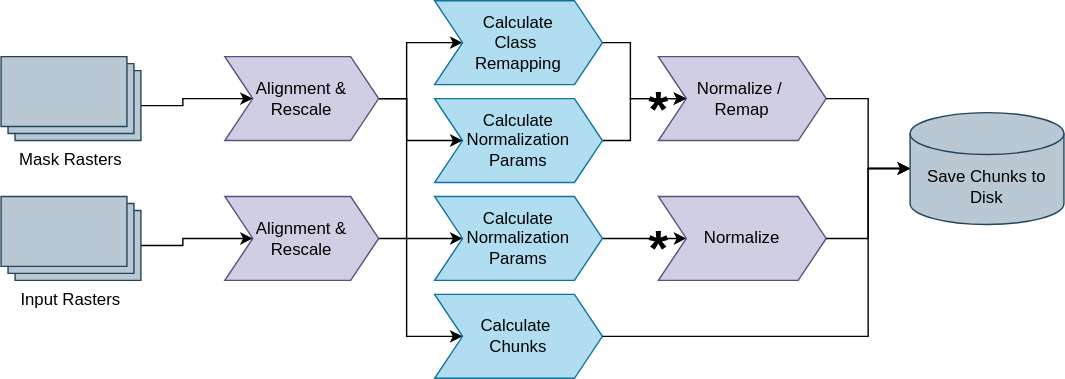
Before: docs/source/_static/preprocessing-chart.svg, a diagram exported from draw.io (0graph/QLearn). Source tidied: cells renumbered, new cells last; positions are measured from the earlier drawing's top-left corner, leaving out a move shared by most shapes. Source of this version:
```xml
<mxGraphModel>
  <root>
    <mxCell id="0" />
    <mxCell id="1" parent="0" />
    <mxCell id="2" style="edgeStyle=orthogonalEdgeStyle;rounded=0;jettySize=auto;html=1;exitX=0;exitY=0;exitDx=100;exitDy=35;exitPerimeter=0;entryX=0;entryY=0.5;entryDx=0;entryDy=0;" parent="1" edge="1" source="3" target="9">
      <mxGeometry relative="1" as="geometry" />
    </mxCell>
    <mxCell id="3" value="Mask Rasters" style="verticalLabelPosition=bottom;verticalAlign=top;html=1;shape=mxgraph.basic.layered_rect;dx=10;outlineConnect=0;whiteSpace=wrap;fillColor=#bac8d3;strokeColor=#23445d;" parent="1" vertex="1">
      <mxGeometry y="40" width="100" height="60" as="geometry" />
    </mxCell>
    <mxCell id="4" style="edgeStyle=orthogonalEdgeStyle;rounded=0;jettySize=auto;html=1;exitX=0;exitY=0;exitDx=100;exitDy=35;exitPerimeter=0;entryX=0;entryY=0.5;entryDx=0;entryDy=0;" parent="1" edge="1" source="5" target="11">
      <mxGeometry relative="1" as="geometry" />
    </mxCell>
    <mxCell id="5" value="Input Rasters" style="verticalLabelPosition=bottom;verticalAlign=top;html=1;shape=mxgraph.basic.layered_rect;dx=10;outlineConnect=0;whiteSpace=wrap;fillColor=#bac8d3;strokeColor=#23445d;" parent="1" vertex="1">
      <mxGeometry y="140" width="100" height="60" as="geometry" />
    </mxCell>
    <mxCell id="6" style="edgeStyle=orthogonalEdgeStyle;rounded=0;jettySize=auto;html=1;exitX=1;exitY=0.5;exitDx=0;exitDy=0;entryX=0;entryY=0.5;entryDx=0;entryDy=0;" parent="1" edge="1" source="9" target="13">
      <mxGeometry relative="1" as="geometry" />
    </mxCell>
    <mxCell id="7" style="edgeStyle=orthogonalEdgeStyle;rounded=0;jettySize=auto;html=1;exitX=1;exitY=0.5;exitDx=0;exitDy=0;entryX=0;entryY=0.5;entryDx=0;entryDy=0;" parent="1" edge="1" source="9" target="18">
      <mxGeometry relative="1" as="geometry" />
    </mxCell>
    <mxCell id="8" style="edgeStyle=orthogonalEdgeStyle;rounded=0;jettySize=auto;html=1;exitX=1;exitY=0.5;exitDx=0;exitDy=0;entryX=0;entryY=0.5;entryDx=0;entryDy=0;" parent="1" edge="1" source="9" target="14">
      <mxGeometry relative="1" as="geometry">
        <Array as="points">
          <mxPoint x="290" y="70" />
          <mxPoint x="290" y="240" />
        </Array>
      </mxGeometry>
    </mxCell>
    <mxCell id="9" value="Alignment &amp;amp; Rescale" style="shape=step;perimeter=stepPerimeter;whiteSpace=wrap;html=1;fixedSize=1;fillColor=#d0cee2;strokeColor=#56517e;" parent="1" vertex="1">
      <mxGeometry x="160" y="40" width="110" height="60" as="geometry" />
    </mxCell>
    <mxCell id="10" style="edgeStyle=orthogonalEdgeStyle;rounded=0;jettySize=auto;html=1;exitX=1;exitY=0.5;exitDx=0;exitDy=0;entryX=0;entryY=0.5;entryDx=0;entryDy=0;" parent="1" edge="1" source="11" target="16">
      <mxGeometry relative="1" as="geometry" />
    </mxCell>
    <mxCell id="11" value="Alignment &amp;amp; Rescale" style="shape=step;perimeter=stepPerimeter;whiteSpace=wrap;html=1;fixedSize=1;fillColor=#d0cee2;strokeColor=#56517e;" parent="1" vertex="1">
      <mxGeometry x="160" y="140" width="110" height="60" as="geometry" />
    </mxCell>
    <mxCell id="12" style="edgeStyle=orthogonalEdgeStyle;rounded=0;jettySize=auto;html=1;exitX=1;exitY=0.5;exitDx=0;exitDy=0;" parent="1" edge="1" source="13" target="19">
      <mxGeometry relative="1" as="geometry" />
    </mxCell>
    <mxCell id="13" value="Calculate&lt;div&gt;Class&amp;nbsp;&lt;div&gt;Remapping&lt;/div&gt;&lt;/div&gt;" style="shape=step;perimeter=stepPerimeter;whiteSpace=wrap;html=1;fixedSize=1;fillColor=#b1ddf0;strokeColor=#10739e;" parent="1" vertex="1">
      <mxGeometry x="310" width="120" height="60" as="geometry" />
    </mxCell>
    <mxCell id="14" value="Calculate&amp;nbsp;&lt;div&gt;Chunks&lt;/div&gt;" style="shape=step;perimeter=stepPerimeter;whiteSpace=wrap;html=1;fixedSize=1;fillColor=#b1ddf0;strokeColor=#10739e;" parent="1" vertex="1">
      <mxGeometry x="310" y="210" width="120" height="60" as="geometry" />
    </mxCell>
    <mxCell id="15" style="edgeStyle=orthogonalEdgeStyle;rounded=0;jettySize=auto;html=1;exitX=1;exitY=0.5;exitDx=0;exitDy=0;" parent="1" edge="1" source="16" target="20">
      <mxGeometry relative="1" as="geometry" />
    </mxCell>
    <mxCell id="16" value="Calculate Normalization Params" style="shape=step;perimeter=stepPerimeter;whiteSpace=wrap;html=1;fixedSize=1;fillColor=#b1ddf0;strokeColor=#10739e;" parent="1" vertex="1">
      <mxGeometry x="310" y="140" width="120" height="60" as="geometry" />
    </mxCell>
    <mxCell id="17" style="edgeStyle=orthogonalEdgeStyle;rounded=0;jettySize=auto;html=1;exitX=1;exitY=0.5;exitDx=0;exitDy=0;" parent="1" edge="1" source="18" target="19">
      <mxGeometry relative="1" as="geometry" />
    </mxCell>
    <mxCell id="18" value="Calculate Normalization Params" style="shape=step;perimeter=stepPerimeter;whiteSpace=wrap;html=1;fixedSize=1;fillColor=#b1ddf0;strokeColor=#10739e;" parent="1" vertex="1">
      <mxGeometry x="310" y="70" width="120" height="60" as="geometry" />
    </mxCell>
    <mxCell id="19" value="Normalize /&amp;nbsp;&lt;div&gt;Remap&lt;/div&gt;" style="shape=step;perimeter=stepPerimeter;whiteSpace=wrap;html=1;fixedSize=1;fillColor=#d0cee2;strokeColor=#56517e;" parent="1" vertex="1">
      <mxGeometry x="470" y="40" width="120" height="60" as="geometry" />
    </mxCell>
    <mxCell id="20" value="Normalize" style="shape=step;perimeter=stepPerimeter;whiteSpace=wrap;html=1;fixedSize=1;fillColor=#d0cee2;strokeColor=#56517e;" parent="1" vertex="1">
      <mxGeometry x="470" y="140" width="120" height="60" as="geometry" />
    </mxCell>
    <mxCell id="21" value="Save Chunks to Disk" style="shape=cylinder3;whiteSpace=wrap;html=1;boundedLbl=1;backgroundOutline=1;size=15;fillColor=#bac8d3;strokeColor=#23445d;" parent="1" vertex="1">
      <mxGeometry x="650" y="80" width="110" height="80" as="geometry" />
    </mxCell>
    <mxCell id="22" value="&lt;font style=&quot;font-size: 36px; line-height: 100%;&quot;&gt;*&lt;/font&gt;" style="text;html=1;align=center;verticalAlign=middle;strokeColor=none;fillColor=none;fontStyle=1;" parent="1" vertex="1">
      <mxGeometry x="450" y="152" width="40" height="50" as="geometry" />
    </mxCell>
    <mxCell id="23" value="&lt;font style=&quot;font-size: 36px; line-height: 100%;&quot;&gt;*&lt;/font&gt;" style="text;html=1;align=center;verticalAlign=middle;strokeColor=none;fillColor=none;fontStyle=1;" parent="1" vertex="1">
      <mxGeometry x="450" y="53" width="40" height="50" as="geometry" />
    </mxCell>
    <mxCell id="24" style="edgeStyle=orthogonalEdgeStyle;rounded=0;jettySize=auto;html=1;exitX=1;exitY=0.5;exitDx=0;exitDy=0;entryX=0;entryY=0.5;entryDx=0;entryDy=0;entryPerimeter=0;" parent="1" edge="1" source="19" target="21">
      <mxGeometry relative="1" as="geometry" />
    </mxCell>
    <mxCell id="25" style="edgeStyle=orthogonalEdgeStyle;rounded=0;jettySize=auto;html=1;exitX=1;exitY=0.5;exitDx=0;exitDy=0;entryX=0;entryY=0.5;entryDx=0;entryDy=0;entryPerimeter=0;" parent="1" edge="1" source="20" target="21">
      <mxGeometry relative="1" as="geometry" />
    </mxCell>
    <mxCell id="26" style="edgeStyle=orthogonalEdgeStyle;rounded=0;jettySize=auto;html=1;exitX=1;exitY=0.5;exitDx=0;exitDy=0;entryX=0;entryY=0.5;entryDx=0;entryDy=0;entryPerimeter=0;" parent="1" edge="1" source="14" target="21">
      <mxGeometry relative="1" as="geometry">
        <Array as="points">
          <mxPoint x="620" y="240" />
          <mxPoint x="620" y="120" />
        </Array>
      </mxGeometry>
    </mxCell>
  </root>
</mxGraphModel>
```
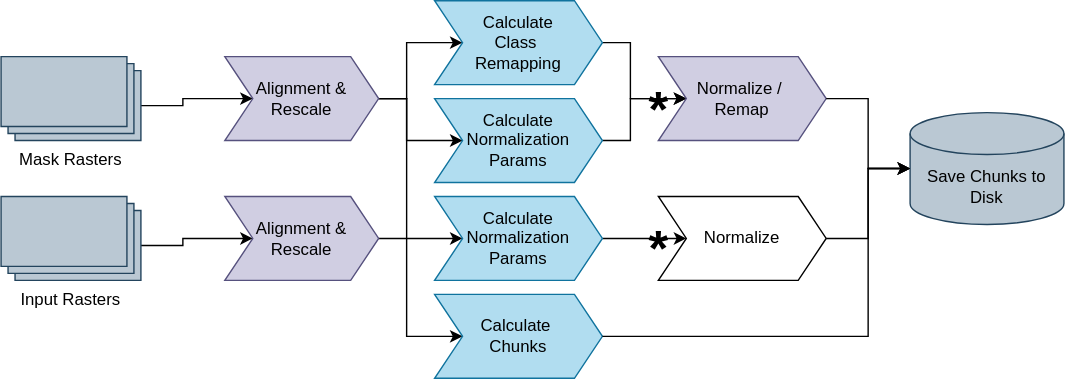
The same file after the commit.

The edit, as a diff of the source:
```diff
@@ -61,7 +61,7 @@
     <mxCell id="19" value="Normalize /&amp;nbsp;&lt;div&gt;Remap&lt;/div&gt;" style="shape=step;perimeter=stepPerimeter;whiteSpace=wrap;html=1;fixedSize=1;fillColor=#d0cee2;strokeColor=#56517e;" parent="1" vertex="1">
       <mxGeometry x="470" y="40" width="120" height="60" as="geometry" />
     </mxCell>
-    <mxCell id="20" value="Normalize" style="shape=step;perimeter=stepPerimeter;whiteSpace=wrap;html=1;fixedSize=1;fillColor=#d0cee2;strokeColor=#56517e;" parent="1" vertex="1">
+    <mxCell id="20" value="Normalize" style="shape=step;perimeter=stepPerimeter;whiteSpace=wrap;html=1;fixedSize=1;" parent="1" vertex="1">
       <mxGeometry x="470" y="140" width="120" height="60" as="geometry" />
     </mxCell>
     <mxCell id="21" value="Save Chunks to Disk" style="shape=cylinder3;whiteSpace=wrap;html=1;boundedLbl=1;backgroundOutline=1;size=15;fillColor=#bac8d3;strokeColor=#23445d;" parent="1" vertex="1">
```
